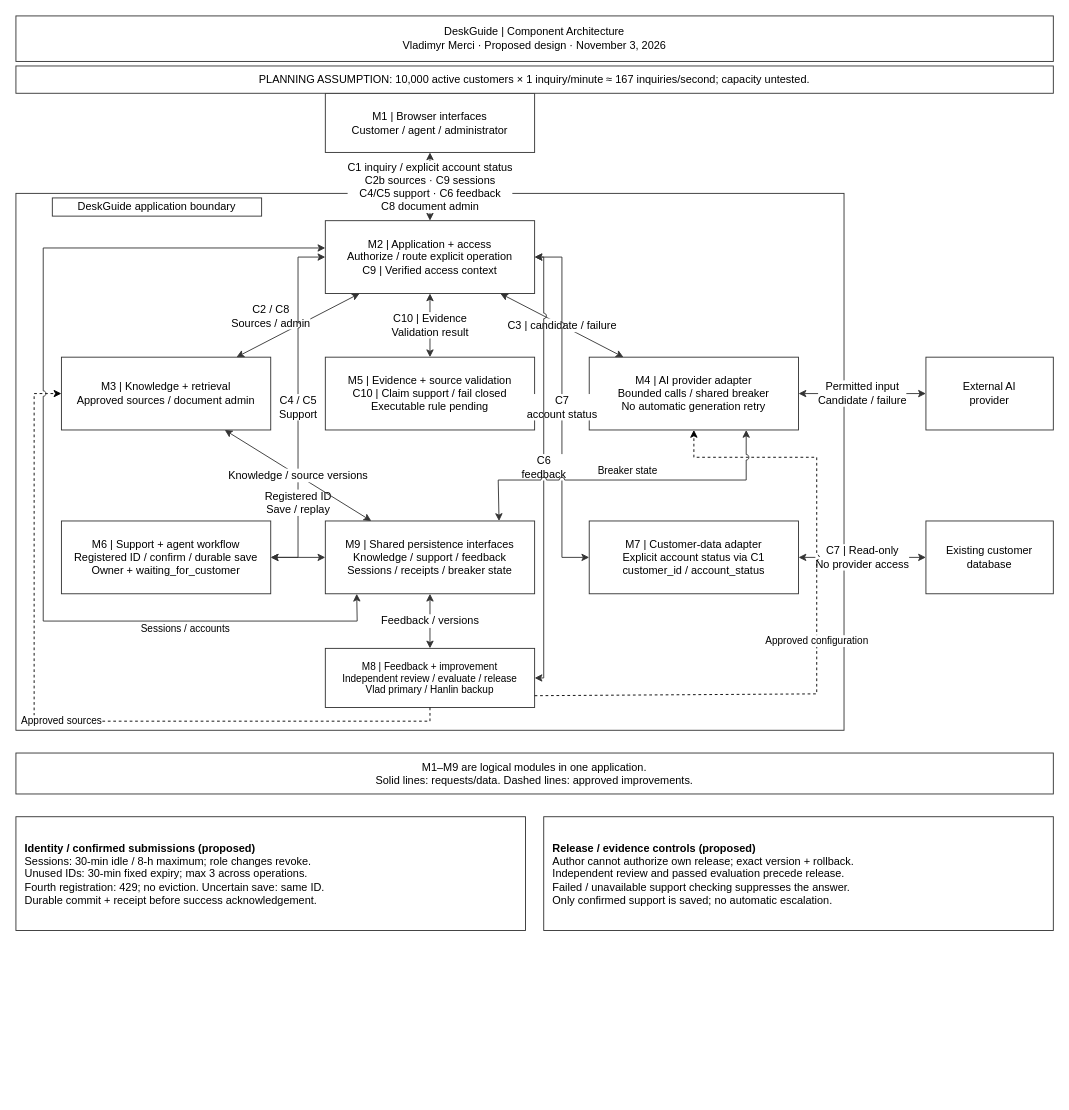
Earlier version of the draw.io diagram page "Component architecture" (1 of 2) of docs/unit-3/architecture-first-draft/deskguide-unit-3-architecture.drawio (vlad8110/deskguide). Source tidied: cells renumbered, new cells numbered last; positions are measured from the earlier drawing's top-left corner, leaving out a move shared by most shapes. Both pictures are drawn from the tidied source at 91%, with x=0, y=0 at pixel (15, 15).
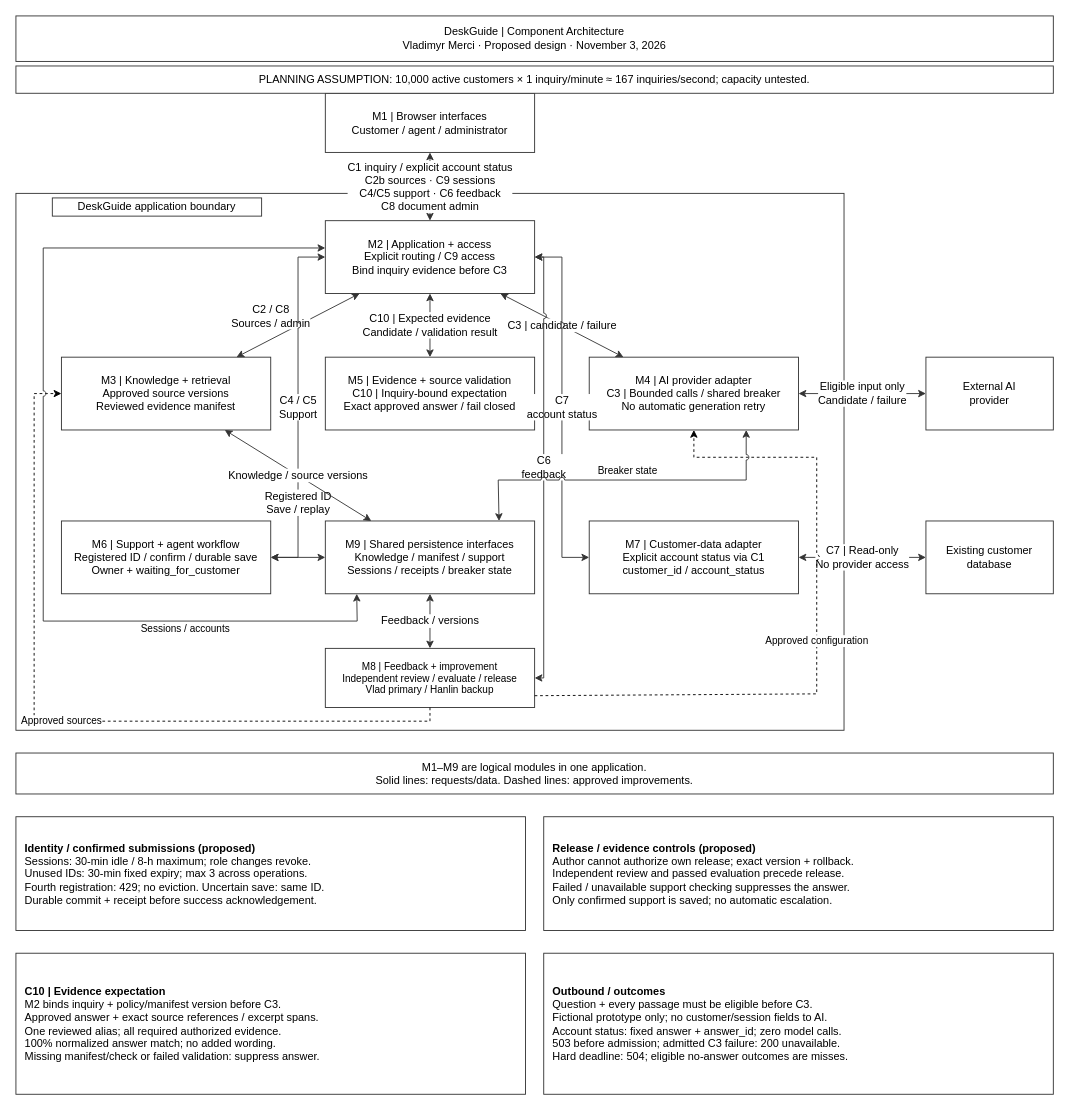
The same page after the edit.

Commit message (it also covers changes not shown here):
docs(unit3): align shared diagrams with combined contracts

The change refers to these unchanged cells:
```xml
<mxCell id="12" value="External AI&lt;br&gt;provider" style="rounded=0;whiteSpace=wrap;html=1;rotation=0;fontFamily=Arial;fontSize=12;fontColor=#000000;strokeColor=#333333;" parent="1" vertex="1">
  <mxGeometry x="1000" y="375" width="140" height="80" as="geometry" />
</mxCell>
```

What changed in the source:
```diff
@@
-    <mxCell id="3" value="M2 | Application + access&lt;br&gt;Authorize / route explicit operation&lt;br&gt;C9 | Verified access context" style="rounded=0;whiteSpace=wrap;html=1;rotation=0;fontFamily=Arial;fontSize=12;fontColor=#000000;strokeColor=#333333;" parent="1" vertex="1">
+    <mxCell id="3" value="M2 | Application + access&lt;br&gt;Explicit routing / C9 access&lt;br&gt;Bind inquiry evidence before C3" style="rounded=0;whiteSpace=wrap;html=1;rotation=0;fontFamily=Arial;fontSize=12;fontColor=#000000;strokeColor=#333333;" parent="1" vertex="1">
       <mxGeometry x="340" y="225" width="230" height="80" as="geometry" />
     </mxCell>
@@
-    <mxCell id="5" value="M3 | Knowledge + retrieval&lt;br&gt;Approved sources / document admin" style="rounded=0;whiteSpace=wrap;html=1;rotation=0;fontFamily=Arial;fontSize=12;fontColor=#000000;strokeColor=#333333;" parent="1" vertex="1">
+    <mxCell id="5" value="M3 | Knowledge + retrieval&lt;br&gt;Approved source versions&lt;br&gt;Reviewed evidence manifest" style="rounded=0;whiteSpace=wrap;html=1;rotation=0;fontFamily=Arial;fontSize=12;fontColor=#000000;strokeColor=#333333;" parent="1" vertex="1">
       <mxGeometry x="50" y="375" width="230" height="80" as="geometry" />
     </mxCell>
-    <mxCell id="6" value="M4 | AI provider adapter&lt;br&gt;Bounded calls / shared breaker&lt;br&gt;No automatic generation retry" style="rounded=0;whiteSpace=wrap;html=1;rotation=0;fontFamily=Arial;fontSize=12;fontColor=#000000;strokeColor=#333333;" parent="1" vertex="1">
+    <mxCell id="6" value="M4 | AI provider adapter&lt;br&gt;C3 | Bounded calls / shared breaker&lt;br&gt;No automatic generation retry" style="rounded=0;whiteSpace=wrap;html=1;rotation=0;fontFamily=Arial;fontSize=12;fontColor=#000000;strokeColor=#333333;" parent="1" vertex="1">
       <mxGeometry x="630" y="375" width="230" height="80" as="geometry" />
     </mxCell>
-    <mxCell id="7" value="M5 | Evidence + source validation&lt;br&gt;C10 | Claim support / fail closed&lt;br&gt;Executable rule pending" style="rounded=0;whiteSpace=wrap;html=1;rotation=0;fontFamily=Arial;fontSize=12;fontColor=#000000;strokeColor=#333333;" parent="1" vertex="1">
+    <mxCell id="7" value="M5 | Evidence + source validation&lt;br&gt;C10 | Inquiry-bound expectation&lt;br&gt;Exact approved answer / fail closed" style="rounded=0;whiteSpace=wrap;html=1;rotation=0;fontFamily=Arial;fontSize=12;fontColor=#000000;strokeColor=#333333;" parent="1" vertex="1">
       <mxGeometry x="340" y="375" width="230" height="80" as="geometry" />
     </mxCell>
@@
-    <mxCell id="10" value="M9 | Shared persistence interfaces&lt;br&gt;Knowledge / support / feedback&lt;br&gt;Sessions / receipts / breaker state" style="rounded=0;whiteSpace=wrap;html=1;rotation=0;fontFamily=Arial;fontSize=12;fontColor=#000000;strokeColor=#333333;" parent="1" vertex="1">
+    <mxCell id="10" value="M9 | Shared persistence interfaces&lt;br&gt;Knowledge / manifest / support&lt;br&gt;Sessions / receipts / breaker state" style="rounded=0;whiteSpace=wrap;html=1;rotation=0;fontFamily=Arial;fontSize=12;fontColor=#000000;strokeColor=#333333;" parent="1" vertex="1">
       <mxGeometry x="340" y="555" width="230" height="80" as="geometry" />
     </mxCell>
@@
-    <mxCell id="20" value="C10 | Evidence&lt;br&gt;Validation result" style="endArrow=classic;startArrow=classic;html=1;rounded=0;fontFamily=Arial;fontSize=12;fontColor=#000000;strokeColor=#333333;labelBackgroundColor=#FFFFFF;jumpStyle=arc;jumpSize=6;" parent="1" edge="1" source="3" target="7">
+    <mxCell id="20" value="C10 | Expected evidence&lt;br&gt;Candidate / validation result" style="endArrow=classic;startArrow=classic;html=1;rounded=0;fontFamily=Arial;fontSize=12;fontColor=#000000;strokeColor=#333333;labelBackgroundColor=#FFFFFF;jumpStyle=arc;jumpSize=6;" parent="1" edge="1" source="3" target="7">
       <mxGeometry relative="1" as="geometry" />
     </mxCell>
@@
-    <mxCell id="22" value="Permitted input&lt;br&gt;Candidate / failure" style="endArrow=classic;startArrow=classic;html=1;rounded=0;fontFamily=Arial;fontSize=12;fontColor=#000000;strokeColor=#333333;labelBackgroundColor=#FFFFFF;jumpStyle=arc;jumpSize=6;" parent="1" edge="1" source="6" target="12">
+    <mxCell id="22" value="Eligible input only&lt;br&gt;Candidate / failure" style="endArrow=classic;startArrow=classic;html=1;rounded=0;fontFamily=Arial;fontSize=12;fontColor=#000000;strokeColor=#333333;labelBackgroundColor=#FFFFFF;jumpStyle=arc;jumpSize=6;" parent="1" edge="1" source="6" target="12">
       <mxGeometry relative="1" as="geometry" />
     </mxCell>
@@
+    <mxCell id="36" value="&lt;b&gt;C10 | Evidence expectation&lt;/b&gt;&lt;br&gt;M2 binds inquiry + policy/manifest version before C3.&lt;br&gt;Approved answer + exact source references / excerpt spans.&lt;br&gt;One reviewed alias; all required authorized evidence.&lt;br&gt;100% normalized answer match; no added wording.&lt;br&gt;Missing manifest/check or failed validation: suppress answer." style="rounded=0;whiteSpace=wrap;html=1;fontFamily=Arial;fontSize=12;fontColor=#000000;strokeColor=#333333;fillColor=#FFFFFF;align=left;verticalAlign=middle;spacing=10;" parent="1" vertex="1">
+      <mxGeometry y="1030" width="560" height="155" as="geometry" />
+    </mxCell>
+    <mxCell id="37" value="&lt;b&gt;Outbound / outcomes&lt;/b&gt;&lt;br&gt;Question + every passage must be eligible before C3.&lt;br&gt;Fictional prototype only; no customer/session fields to AI.&lt;br&gt;Account status: fixed answer + answer_id; zero model calls.&lt;br&gt;503 before admission; admitted C3 failure: 200 unavailable.&lt;br&gt;Hard deadline: 504; eligible no-answer outcomes are misses." style="rounded=0;whiteSpace=wrap;html=1;fontFamily=Arial;fontSize=12;fontColor=#000000;strokeColor=#333333;fillColor=#FFFFFF;align=left;verticalAlign=middle;spacing=10;" parent="1" vertex="1">
+      <mxGeometry x="580" y="1030" width="560" height="155" as="geometry" />
+    </mxCell>
```
